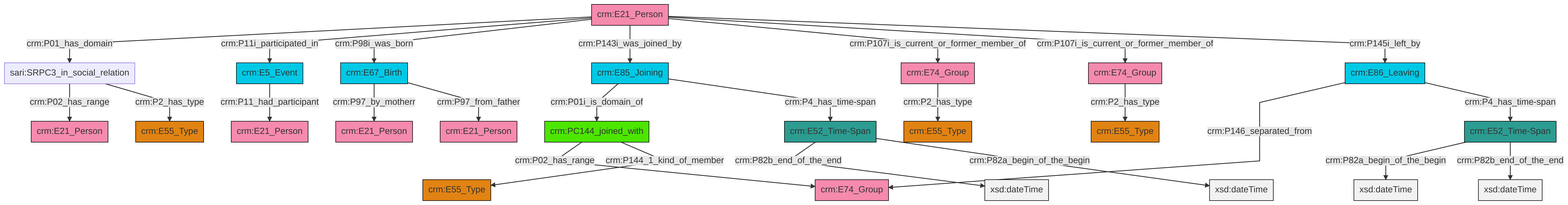
swiss-art-research-net/reference-data-models keeps this Mermaid diagram as et/personCSV/ttl/mmd/png/Person_Actor_Relations.png. Above is the earlier version. Its source is kept beside it as et/personCSV/ttl/mmd/Person_Actor_Relations.ttl.mmd.
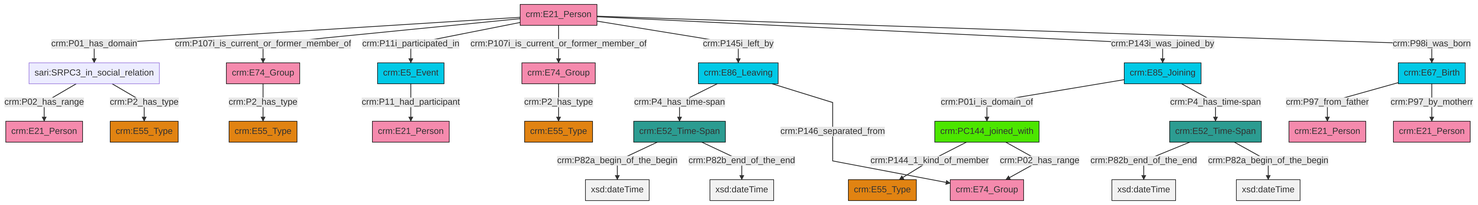
After the commit.

Diff of the diagram source:
```diff
@@ -13,27 +13,27 @@
 classDef PC_Classes fill:#4ce600, stroke:#000000;
 classDef Multi fill:#cccccc,stroke:#000000;
 
-0["crm:E21_Person"]:::Actor -->|crm:P01_has_domain| 1["sari:SRPC3_in_social_relation"]:::Default
-2["crm:E67_Birth"]:::Temporal_Entity -->|crm:P97_by_motherr| 4["crm:E21_Person"]:::Actor
-0["crm:E21_Person"]:::Actor -->|crm:P11i_participated_in| 7["crm:E5_Event"]:::Temporal_Entity
-1["sari:SRPC3_in_social_relation"]:::Default -->|crm:P02_has_range| 8["crm:E21_Person"]:::Actor
-9["crm:E52_Time-Span"]:::Time-Span -->|crm:P82a_begin_of_the_begin| 11[xsd:dateTime]:::Literal
-16["crm:PC144_joined_with"]:::PC_Classes -->|crm:P02_has_range| 17["crm:E74_Group"]:::Actor
-0["crm:E21_Person"]:::Actor -->|crm:P98i_was_born| 2["crm:E67_Birth"]:::Temporal_Entity
-0["crm:E21_Person"]:::Actor -->|crm:P143i_was_joined_by| 20["crm:E85_Joining"]:::Temporal_Entity
-14["crm:E74_Group"]:::Actor -->|crm:P2_has_type| 12["crm:E55_Type"]:::Type
-21["crm:E74_Group"]:::Actor -->|crm:P2_has_type| 5["crm:E55_Type"]:::Type
-9["crm:E52_Time-Span"]:::Time-Span -->|crm:P82b_end_of_the_end| 22[xsd:dateTime]:::Literal
-0["crm:E21_Person"]:::Actor -->|crm:P107i_is_current_or_former_member_of| 21["crm:E74_Group"]:::Actor
-2["crm:E67_Birth"]:::Temporal_Entity -->|crm:P97_from_father| 18["crm:E21_Person"]:::Actor
-0["crm:E21_Person"]:::Actor -->|crm:P107i_is_current_or_former_member_of| 14["crm:E74_Group"]:::Actor
-7["crm:E5_Event"]:::Temporal_Entity -->|crm:P11_had_participant| 30["crm:E21_Person"]:::Actor
-20["crm:E85_Joining"]:::Temporal_Entity -->|crm:P01i_is_domain_of| 16["crm:PC144_joined_with"]:::PC_Classes
-20["crm:E85_Joining"]:::Temporal_Entity -->|crm:P4_has_time-span| 35["crm:E52_Time-Span"]:::Time-Span
-35["crm:E52_Time-Span"]:::Time-Span -->|crm:P82b_end_of_the_end| 36[xsd:dateTime]:::Literal
-0["crm:E21_Person"]:::Actor -->|crm:P145i_left_by| 26["crm:E86_Leaving"]:::Temporal_Entity
-1["sari:SRPC3_in_social_relation"]:::Default -->|crm:P2_has_type| 38["crm:E55_Type"]:::Type
-26["crm:E86_Leaving"]:::Temporal_Entity -->|crm:P146_separated_from| 17["crm:E74_Group"]:::Actor
-35["crm:E52_Time-Span"]:::Time-Span -->|crm:P82a_begin_of_the_begin| 43[xsd:dateTime]:::Literal
-26["crm:E86_Leaving"]:::Temporal_Entity -->|crm:P4_has_time-span| 9["crm:E52_Time-Span"]:::Time-Span
-16["crm:PC144_joined_with"]:::PC_Classes -->|crm:P144_1_kind_of_member| 23["crm:E55_Type"]:::Type
+0["crm:E67_Birth"]:::Temporal_Entity -->|crm:P97_from_father| 1["crm:E21_Person"]:::Actor
+2["crm:E86_Leaving"]:::Temporal_Entity -->|crm:P4_has_time-span| 3["crm:E52_Time-Span"]:::Time-Span
+0["crm:E67_Birth"]:::Temporal_Entity -->|crm:P97_by_motherr| 5["crm:E21_Person"]:::Actor
+6["crm:E52_Time-Span"]:::Time-Span -->|crm:P82b_end_of_the_end| 7[xsd:dateTime]:::Literal
+12["crm:E21_Person"]:::Actor -->|crm:P01_has_domain| 13["sari:SRPC3_in_social_relation"]:::Default
+12["crm:E21_Person"]:::Actor -->|crm:P107i_is_current_or_former_member_of| 14["crm:E74_Group"]:::Actor
+14["crm:E74_Group"]:::Actor -->|crm:P2_has_type| 15["crm:E55_Type"]:::Type
+12["crm:E21_Person"]:::Actor -->|crm:P11i_participated_in| 16["crm:E5_Event"]:::Temporal_Entity
+17["crm:PC144_joined_with"]:::PC_Classes -->|crm:P144_1_kind_of_member| 18["crm:E55_Type"]:::Type
+12["crm:E21_Person"]:::Actor -->|crm:P107i_is_current_or_former_member_of| 19["crm:E74_Group"]:::Actor
+12["crm:E21_Person"]:::Actor -->|crm:P145i_left_by| 2["crm:E86_Leaving"]:::Temporal_Entity
+13["sari:SRPC3_in_social_relation"]:::Default -->|crm:P02_has_range| 20["crm:E21_Person"]:::Actor
+12["crm:E21_Person"]:::Actor -->|crm:P143i_was_joined_by| 21["crm:E85_Joining"]:::Temporal_Entity
+6["crm:E52_Time-Span"]:::Time-Span -->|crm:P82a_begin_of_the_begin| 23[xsd:dateTime]:::Literal
+3["crm:E52_Time-Span"]:::Time-Span -->|crm:P82a_begin_of_the_begin| 26[xsd:dateTime]:::Literal
+19["crm:E74_Group"]:::Actor -->|crm:P2_has_type| 10["crm:E55_Type"]:::Type
+2["crm:E86_Leaving"]:::Temporal_Entity -->|crm:P146_separated_from| 27["crm:E74_Group"]:::Actor
+12["crm:E21_Person"]:::Actor -->|crm:P98i_was_born| 0["crm:E67_Birth"]:::Temporal_Entity
+3["crm:E52_Time-Span"]:::Time-Span -->|crm:P82b_end_of_the_end| 31[xsd:dateTime]:::Literal
+21["crm:E85_Joining"]:::Temporal_Entity -->|crm:P01i_is_domain_of| 17["crm:PC144_joined_with"]:::PC_Classes
+13["sari:SRPC3_in_social_relation"]:::Default -->|crm:P2_has_type| 8["crm:E55_Type"]:::Type
+21["crm:E85_Joining"]:::Temporal_Entity -->|crm:P4_has_time-span| 6["crm:E52_Time-Span"]:::Time-Span
+16["crm:E5_Event"]:::Temporal_Entity -->|crm:P11_had_participant| 36["crm:E21_Person"]:::Actor
+17["crm:PC144_joined_with"]:::PC_Classes -->|crm:P02_has_range| 27["crm:E74_Group"]:::Actor
```
